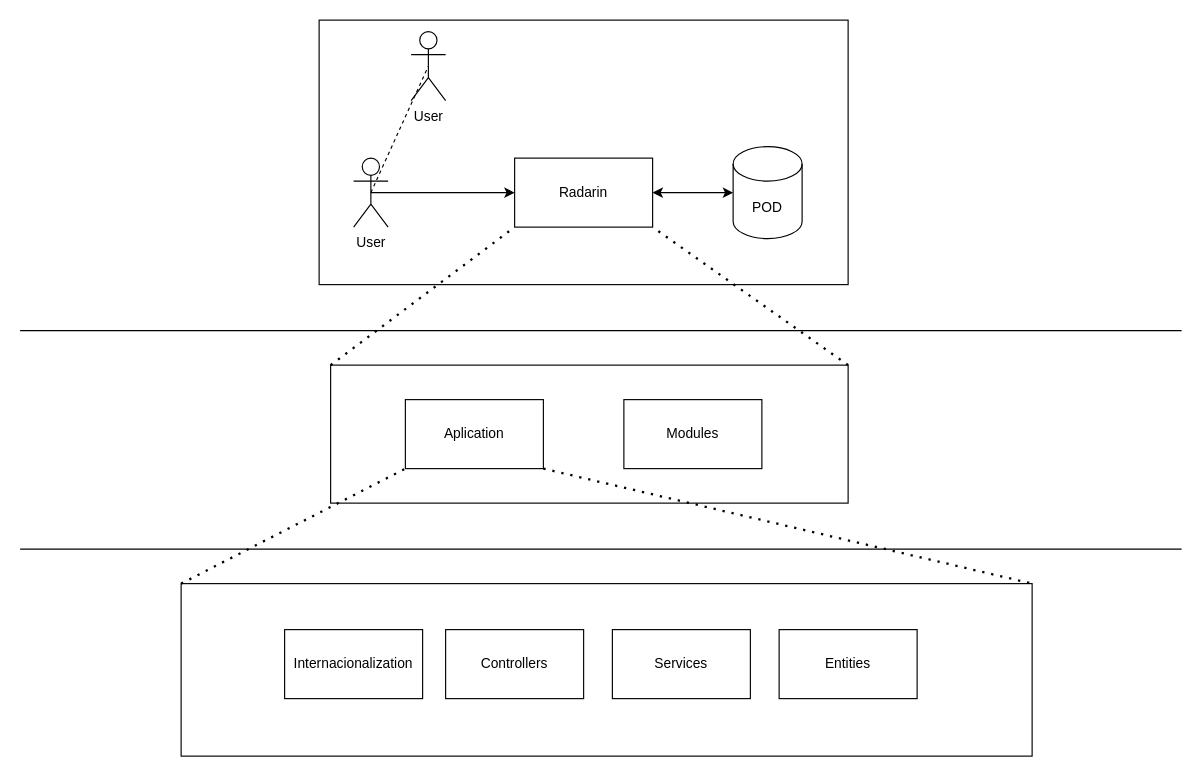
Earlier version of the draw.io diagram Architectural Elements/DriagramsRawType/05-BuildingBlockDiagram.drawio (Arquisoft/radarin_es3a). Source tidied: cells renumbered, new cells numbered last; positions are measured from the earlier drawing's top-left corner, leaving out a move shared by most shapes. Both pictures are drawn from the tidied source at 115%, with x=0, y=0 at pixel (20, 20).
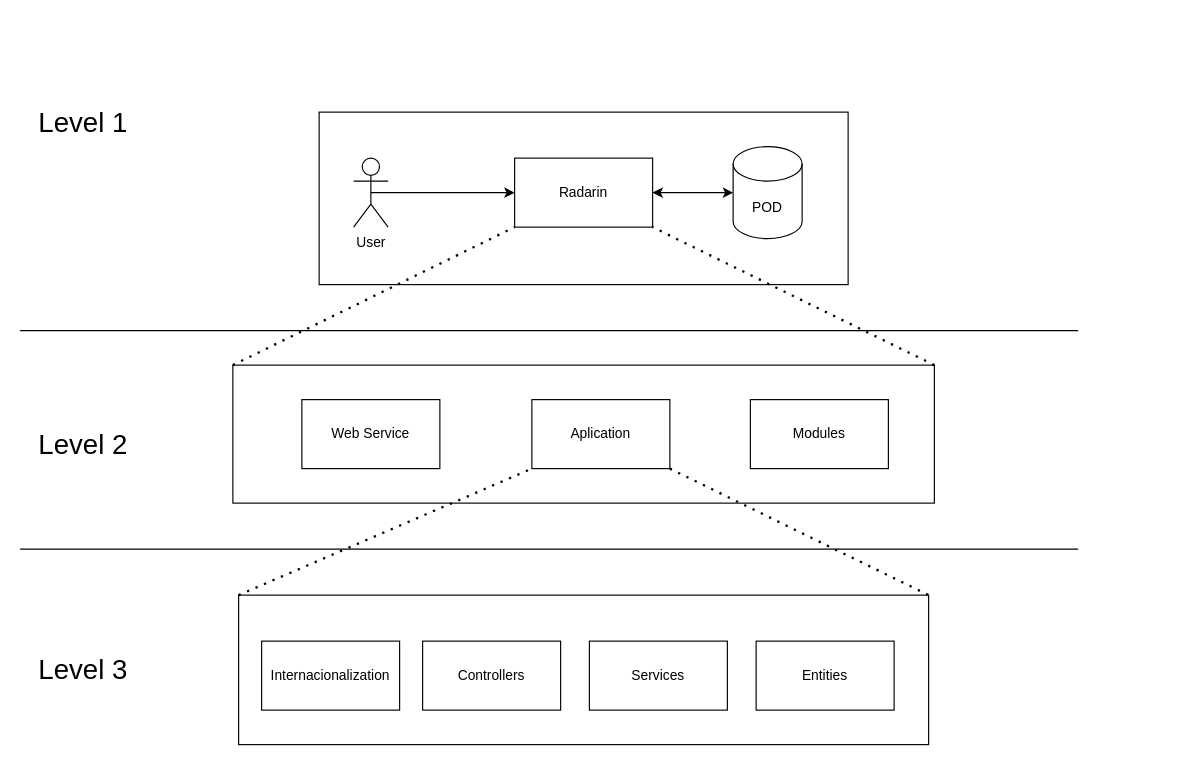
After the change.

The change refers to these unchanged cells:
```xml
<mxCell id="3" value="User" style="shape=umlActor;verticalLabelPosition=bottom;verticalAlign=top;html=1;outlineConnect=0;" parent="1" vertex="1">
  <mxGeometry x="290" y="120" width="30" height="60" as="geometry" />
</mxCell>
```

Diff of the diagram source:
```diff
@@
     <mxCell id="2" style="rounded=0;whiteSpace=wrap;html=1;" parent="1" vertex="1">
-      <mxGeometry x="260" width="460" height="230" as="geometry" />
+      <mxGeometry x="260" y="80" width="460" height="150" as="geometry" />
     </mxCell>
@@
-    <mxCell id="8" value="User" style="shape=umlActor;verticalLabelPosition=bottom;verticalAlign=top;html=1;outlineConnect=0;" parent="1" vertex="1">
-      <mxGeometry x="340" y="10" width="30" height="60" as="geometry" />
-    </mxCell>
-    <mxCell id="9" style="endArrow=none;dashed=1;html=1;exitX=0.5;exitY=0.5;exitDx=0;exitDy=0;exitPerimeter=0;entryX=0.5;entryY=0.5;entryDx=0;entryDy=0;entryPerimeter=0;" parent="1" edge="1" source="3" target="8">
-      <mxGeometry relative="1" as="geometry" />
-    </mxCell>
     <mxCell id="10" style="rounded=0;whiteSpace=wrap;html=1;" parent="1" vertex="1">
-      <mxGeometry x="270" y="300" width="450" height="120" as="geometry" />
+      <mxGeometry x="185" y="300" width="610" height="120" as="geometry" />
     </mxCell>
     <mxCell id="11" value="&lt;div&gt;Aplication&lt;/div&gt;" style="rounded=0;whiteSpace=wrap;html=1;" parent="1" vertex="1">
-      <mxGeometry x="335" y="330" width="120" height="60" as="geometry" />
+      <mxGeometry x="445" y="330" width="120" height="60" as="geometry" />
     </mxCell>
     <mxCell id="12" value="&lt;div&gt;Modules&lt;/div&gt;" style="rounded=0;whiteSpace=wrap;html=1;" parent="1" vertex="1">
-      <mxGeometry x="525" y="330" width="120" height="60" as="geometry" />
+      <mxGeometry x="635" y="330" width="120" height="60" as="geometry" />
     </mxCell>
@@
     <mxCell id="15" style="rounded=0;whiteSpace=wrap;html=1;" parent="1" vertex="1">
-      <mxGeometry x="140" y="490" width="740" height="150" as="geometry" />
+      <mxGeometry x="190" y="500" width="600" height="130" as="geometry" />
     </mxCell>
@@
     <mxCell id="18" value="&lt;div&gt;Internacionalization&lt;/div&gt;" style="rounded=0;whiteSpace=wrap;html=1;" parent="1" vertex="1">
-      <mxGeometry x="230" y="530" width="120" height="60" as="geometry" />
+      <mxGeometry x="210" y="540" width="120" height="60" as="geometry" />
     </mxCell>
     <mxCell id="19" value="Services" style="rounded=0;whiteSpace=wrap;html=1;" parent="1" vertex="1">
-      <mxGeometry x="515" y="530" width="120" height="60" as="geometry" />
+      <mxGeometry x="495" y="540" width="120" height="60" as="geometry" />
     </mxCell>
     <mxCell id="20" value="&lt;div&gt;Entities&lt;/div&gt;" style="rounded=0;whiteSpace=wrap;html=1;" parent="1" vertex="1">
-      <mxGeometry x="660" y="530" width="120" height="60" as="geometry" />
+      <mxGeometry x="640" y="540" width="120" height="60" as="geometry" />
     </mxCell>
     <mxCell id="21" value="&lt;div&gt;Controllers&lt;/div&gt;" style="rounded=0;whiteSpace=wrap;html=1;" parent="1" vertex="1">
-      <mxGeometry x="370" y="530" width="120" height="60" as="geometry" />
+      <mxGeometry x="350" y="540" width="120" height="60" as="geometry" />
     </mxCell>
     <mxCell id="22" style="endArrow=none;html=1;" parent="1" edge="1">
       <mxGeometry relative="1" as="geometry">
         <mxPoint y="460" as="sourcePoint" />
-        <mxPoint x="1010" y="460" as="targetPoint" />
+        <mxPoint x="920" y="460" as="targetPoint" />
       </mxGeometry>
     </mxCell>
     <mxCell id="23" style="endArrow=none;html=1;" parent="1" edge="1">
       <mxGeometry relative="1" as="geometry">
         <mxPoint y="270" as="sourcePoint" />
-        <mxPoint x="1010" y="270" as="targetPoint" />
+        <mxPoint x="920" y="270" as="targetPoint" />
       </mxGeometry>
     </mxCell>
+    <mxCell id="24" value="&lt;font style=&quot;font-size: 24px&quot;&gt;Level 1&lt;/font&gt;" style="text;html=1;strokeColor=none;fillColor=none;align=center;verticalAlign=middle;whiteSpace=wrap;rounded=0;" parent="1" vertex="1">
+      <mxGeometry y="80" width="110" height="20" as="geometry" />
+    </mxCell>
+    <mxCell id="25" value="&lt;font style=&quot;font-size: 24px&quot;&gt;Level 3&lt;br&gt;&lt;/font&gt;" style="text;html=1;strokeColor=none;fillColor=none;align=center;verticalAlign=middle;whiteSpace=wrap;rounded=0;" parent="1" vertex="1">
+      <mxGeometry y="555" width="110" height="20" as="geometry" />
+    </mxCell>
+    <mxCell id="26" value="&lt;font style=&quot;font-size: 24px&quot;&gt;Level 2&lt;br&gt;&lt;/font&gt;" style="text;html=1;strokeColor=none;fillColor=none;align=center;verticalAlign=middle;whiteSpace=wrap;rounded=0;" parent="1" vertex="1">
+      <mxGeometry y="360" width="110" height="20" as="geometry" />
+    </mxCell>
+    <mxCell id="27" value="Web Service" style="rounded=0;whiteSpace=wrap;html=1;" parent="1" vertex="1">
+      <mxGeometry x="245" y="330" width="120" height="60" as="geometry" />
+    </mxCell>
```
